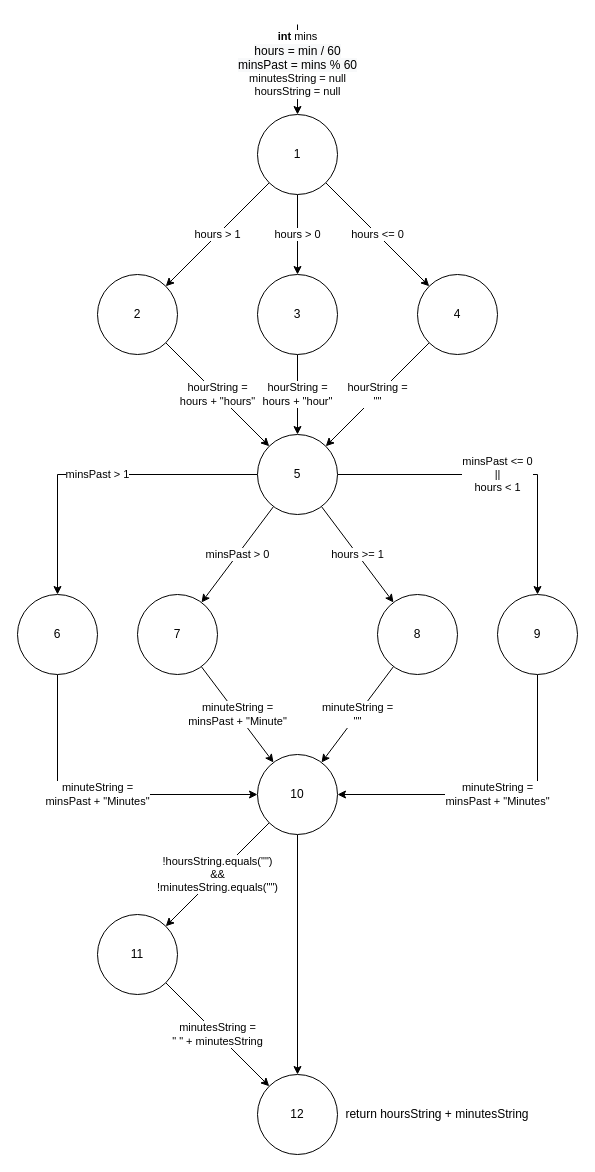
The draw.io diagram assignment2/docs/CFG net.sf.borg.common.DateUtil.minuteString.drawio in DandyEnders/EECS4313, before the edit. Source tidied: cells renumbered, new cells numbered last; positions are measured from the earlier drawing's top-left corner, leaving out a move shared by most shapes. Both pictures are drawn from the tidied source at 100%, with x=0, y=0 at pixel (17, 24).
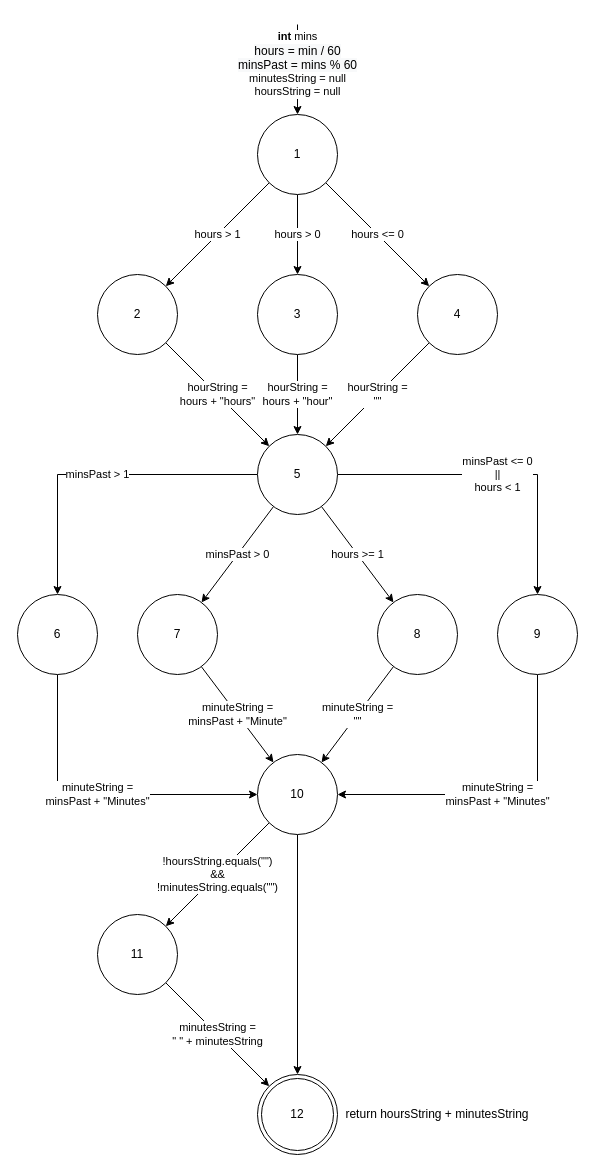
After the change.

The edit, as a diff of the source:
```diff
@@
-    <mxCell id="31" value="12" style="ellipse;whiteSpace=wrap;html=1;" parent="1" vertex="1">
+    <mxCell id="31" value="12" style="ellipse;shape=doubleEllipse;whiteSpace=wrap;html=1;" parent="1" vertex="1">
       <mxGeometry x="240" y="1050" width="80" height="80" as="geometry" />
     </mxCell>
```
